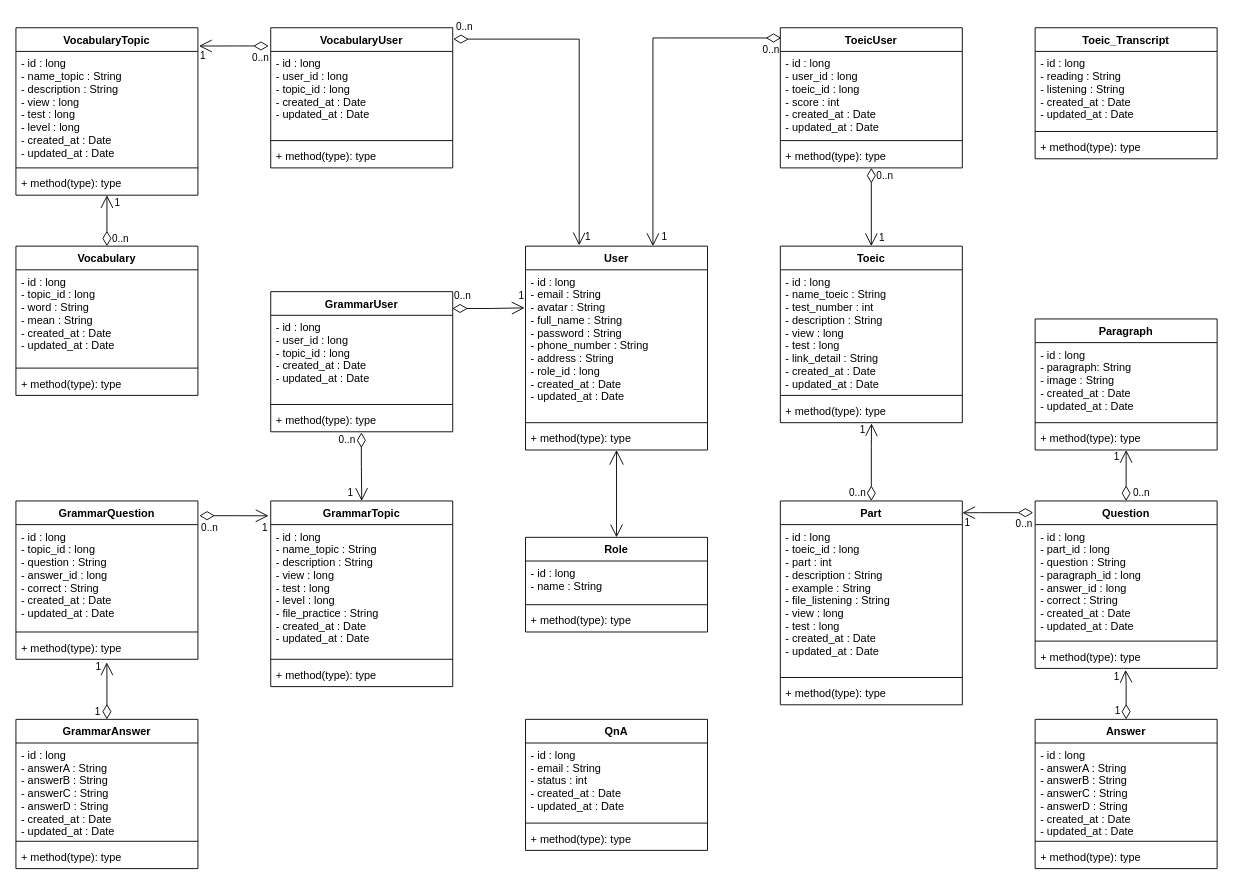
The draw.io diagram page "Class Diagram" (5 of 8) of ToeicTestSystemManagementProjectDiagram.drawio in SangSama/ToeicTestSystemManagementProject, before the edit. Source tidied: cells renumbered, new cells numbered last; positions are measured from the earlier drawing's top-left corner, leaving out a move shared by most shapes. Both pictures are drawn from the tidied source at 91%, with x=0, y=0 at pixel (15, 27).
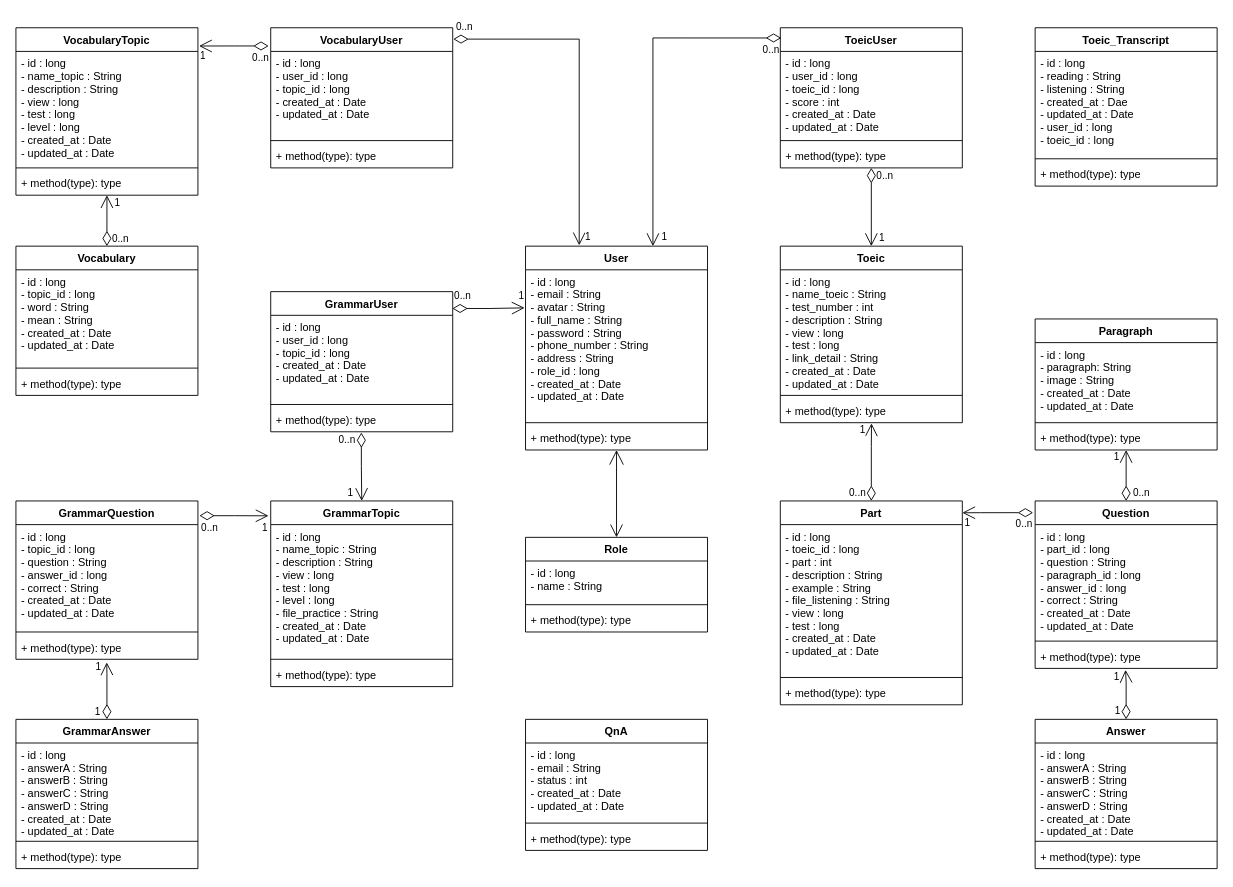
The same diagram, later.

Commit message:
update toeic_transctript

Change to the diagram source:
```diff
@@
     <mxCell id="50" value="Toeic_Transcript" style="swimlane;fontStyle=1;align=center;verticalAlign=top;horizontal=1;startSize=26;glass=0;" parent="1" vertex="1">
-      <mxGeometry x="1120" width="200" height="144" as="geometry" />
+      <mxGeometry x="1120" width="200" height="174" as="geometry" />
     </mxCell>
-    <mxCell id="51" value="- id : long&#10;- reading : String&#10;- listening : String&#10;- created_at : Date&#10;- updated_at : Date" style="text;strokeColor=none;fillColor=none;align=left;verticalAlign=top;spacingLeft=4;spacingRight=4;overflow=hidden;" parent="50" vertex="1">
-      <mxGeometry y="26" width="200" height="84" as="geometry" />
+    <mxCell id="51" value="- id : long&#10;- reading : String&#10;- listening : String&#10;- created_at : Dae&#10;- updated_at : Date&#10;- user_id : long&#10;- toeic_id : long&#10;" style="text;strokeColor=none;fillColor=none;align=left;verticalAlign=top;spacingLeft=4;spacingRight=4;overflow=hidden;" parent="50" vertex="1">
+      <mxGeometry y="26" width="200" height="114" as="geometry" />
     </mxCell>
     <mxCell id="52" style="line;strokeWidth=1;fillColor=none;align=left;verticalAlign=middle;spacingTop=-1;spacingLeft=3;spacingRight=3;labelPosition=right;" parent="50" vertex="1">
-      <mxGeometry y="110" width="200" height="8" as="geometry" />
+      <mxGeometry y="140" width="200" height="8" as="geometry" />
     </mxCell>
     <mxCell id="53" value="+ method(type): type" style="text;strokeColor=none;fillColor=none;align=left;verticalAlign=top;spacingLeft=4;spacingRight=4;overflow=hidden;" parent="50" vertex="1">
-      <mxGeometry y="118" width="200" height="26" as="geometry" />
+      <mxGeometry y="148" width="200" height="26" as="geometry" />
     </mxCell>
```
